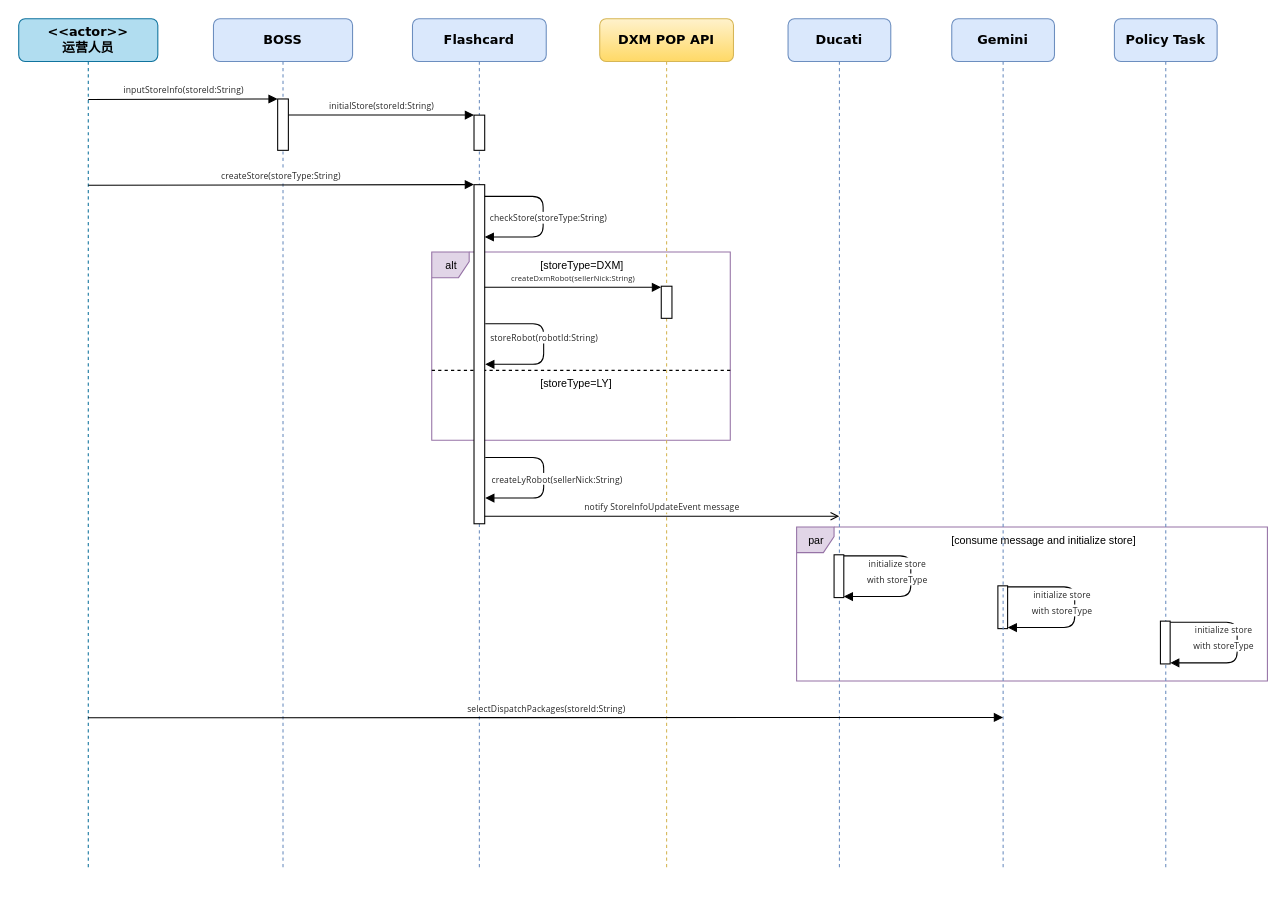
Above: leyan/dxm/Sequence Diagram 3.drawio in GeekKwok/UML (draw.io), before the change. Source tidied: cells renumbered, new cells numbered last; positions are measured from the earlier drawing's top-left corner, leaving out a move shared by most shapes. Both pictures are drawn from the tidied source at 107%, with x=0, y=0 at pixel (18, 18).
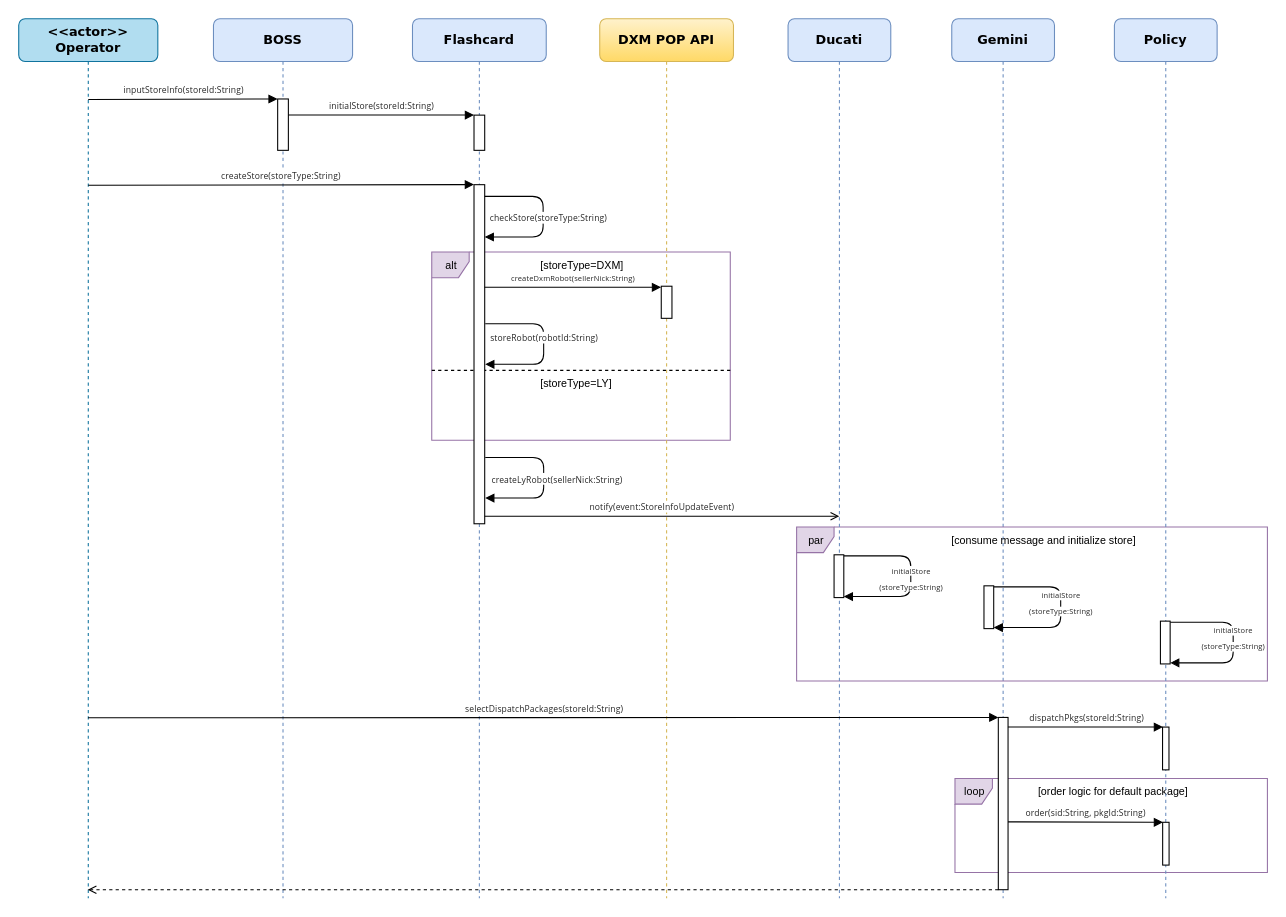
The same page after the edit.

Unchanged cells that the change refers to:
```xml
<mxCell id="2" value="&lt;font style=&quot;font-size: 10px&quot;&gt;par&lt;/font&gt;" style="shape=umlFrame;tabWidth=110;tabHeight=30;tabPosition=left;html=1;boundedLbl=1;labelInHeader=1;width=35;height=24;fillColor=#e1d5e7;strokeColor=#9673a6;" parent="1" vertex="1">
  <mxGeometry x="727" y="475" width="440" height="144" as="geometry" />
</mxCell>
```

Change to the diagram source:
```diff
@@
+    <mxCell id="17" value="&lt;b&gt;Gemini&lt;/b&gt;" style="shape=umlLifeline;perimeter=lifelinePerimeter;whiteSpace=wrap;html=1;rounded=1;shadow=0;comic=0;labelBackgroundColor=none;strokeWidth=1;fontFamily=Verdana;fontSize=12;align=center;fillColor=#dae8fc;strokeColor=#6c8ebf;" parent="1" vertex="1">
+      <mxGeometry x="872" width="96" height="822" as="geometry" />
+    </mxCell>
+    <mxCell id="34" value="&lt;font style=&quot;font-size: 10px&quot;&gt;loop&lt;/font&gt;" style="shape=umlFrame;tabWidth=110;tabHeight=30;tabPosition=left;html=1;boundedLbl=1;labelInHeader=1;width=35;height=24;fillColor=#e1d5e7;strokeColor=#9673a6;" parent="1" vertex="1">
+      <mxGeometry x="875" y="710" width="292" height="88" as="geometry" />
+    </mxCell>
+    <mxCell id="35" value="[order logic for default package]" style="text;fontSize=10;" parent="34" vertex="1">
+      <mxGeometry width="144" height="20" relative="1" as="geometry">
+        <mxPoint x="76" as="offset" />
+      </mxGeometry>
+    </mxCell>
+    <mxCell id="36" value="&lt;font color=&quot;#262626&quot; face=&quot;chinese quote, segoe ui, roboto, pingfang sc, hiragino sans gb, microsoft yahei, helvetica neue, helvetica, arial, sans-serif, apple color emoji&quot;&gt;&lt;span style=&quot;font-size: 8px ; letter-spacing: 0.12px ; background-color: rgb(255 , 255 , 255)&quot;&gt;order(sid:String, pkgId:String)&lt;/span&gt;&lt;/font&gt;" style="html=1;verticalAlign=bottom;endArrow=block;labelBackgroundColor=none;fontFamily=Verdana;fontSize=12;edgeStyle=elbowEdgeStyle;elbow=vertical;exitX=0.969;exitY=0.453;exitDx=0;exitDy=0;exitPerimeter=0;entryX=0.01;entryY=0;entryDx=0;entryDy=0;entryPerimeter=0;endFill=1;" parent="34" edge="1">
+      <mxGeometry relative="1" as="geometry">
+        <mxPoint x="49.5" y="40.6" as="sourcePoint" />
+        <mxPoint x="194.4" y="40.7" as="targetPoint" />
+      </mxGeometry>
+    </mxCell>
@@
-    <mxCell id="4" value="&lt;span style=&quot;color: rgb(38 , 38 , 38) ; font-family: &amp;#34;chinese quote&amp;#34; , &amp;#34;segoe ui&amp;#34; , &amp;#34;roboto&amp;#34; , &amp;#34;pingfang sc&amp;#34; , &amp;#34;hiragino sans gb&amp;#34; , &amp;#34;microsoft yahei&amp;#34; , &amp;#34;helvetica neue&amp;#34; , &amp;#34;helvetica&amp;#34; , &amp;#34;arial&amp;#34; , sans-serif , &amp;#34;apple color emoji&amp;#34; ; font-size: 8px ; letter-spacing: 0.12px ; background-color: rgb(255 , 255 , 255)&quot;&gt;initialize store &lt;br&gt;with storeType&lt;/span&gt;" style="html=1;verticalAlign=bottom;endArrow=block;labelBackgroundColor=none;fontFamily=Verdana;fontSize=12;elbow=vertical;edgeStyle=orthogonalEdgeStyle;exitX=1.038;exitY=0.345;exitPerimeter=0;rounded=1;" parent="2" edge="1">
-      <mxGeometry x="0.38" y="-7" relative="1" as="geometry">
-        <mxPoint x="197.3" y="56" as="sourcePoint" />
-        <mxPoint x="197.3" y="94" as="targetPoint" />
+    <mxCell id="4" value="&lt;span style=&quot;color: rgb(38 , 38 , 38) ; font-family: &amp;#34;chinese quote&amp;#34; , &amp;#34;segoe ui&amp;#34; , &amp;#34;roboto&amp;#34; , &amp;#34;pingfang sc&amp;#34; , &amp;#34;hiragino sans gb&amp;#34; , &amp;#34;microsoft yahei&amp;#34; , &amp;#34;helvetica neue&amp;#34; , &amp;#34;helvetica&amp;#34; , &amp;#34;arial&amp;#34; , sans-serif , &amp;#34;apple color emoji&amp;#34; ; font-size: 7px ; letter-spacing: 0.12px ; background-color: rgb(255 , 255 , 255)&quot;&gt;initialStore&lt;/span&gt;&lt;br style=&quot;color: rgb(38 , 38 , 38) ; font-family: &amp;#34;chinese quote&amp;#34; , &amp;#34;segoe ui&amp;#34; , &amp;#34;roboto&amp;#34; , &amp;#34;pingfang sc&amp;#34; , &amp;#34;hiragino sans gb&amp;#34; , &amp;#34;microsoft yahei&amp;#34; , &amp;#34;helvetica neue&amp;#34; , &amp;#34;helvetica&amp;#34; , &amp;#34;arial&amp;#34; , sans-serif , &amp;#34;apple color emoji&amp;#34; ; font-size: 7px ; letter-spacing: 0.12px&quot;&gt;&lt;span style=&quot;color: rgb(38 , 38 , 38) ; font-family: &amp;#34;chinese quote&amp;#34; , &amp;#34;segoe ui&amp;#34; , &amp;#34;roboto&amp;#34; , &amp;#34;pingfang sc&amp;#34; , &amp;#34;hiragino sans gb&amp;#34; , &amp;#34;microsoft yahei&amp;#34; , &amp;#34;helvetica neue&amp;#34; , &amp;#34;helvetica&amp;#34; , &amp;#34;arial&amp;#34; , sans-serif , &amp;#34;apple color emoji&amp;#34; ; font-size: 7px ; letter-spacing: 0.12px ; background-color: rgb(255 , 255 , 255)&quot;&gt;(storeType:String)&lt;/span&gt;" style="html=1;verticalAlign=bottom;endArrow=block;labelBackgroundColor=none;fontFamily=Verdana;fontSize=12;elbow=vertical;edgeStyle=orthogonalEdgeStyle;exitX=1.038;exitY=0.345;exitPerimeter=0;rounded=1;" parent="2" edge="1">
+      <mxGeometry x="0.15" relative="1" as="geometry">
+        <mxPoint x="184.2" y="56" as="sourcePoint" />
+        <mxPoint x="184.2" y="94" as="targetPoint" />
         <Array as="points">
-          <mxPoint x="259.9" y="55.9" />
-          <mxPoint x="259.9" y="93.9" />
+          <mxPoint x="246.8" y="55.9" />
+          <mxPoint x="246.8" y="93.9" />
         </Array>
       </mxGeometry>
     </mxCell>
     <mxCell id="5" style="html=1;perimeter=orthogonalPerimeter;rounded=0;shadow=0;comic=0;labelBackgroundColor=none;strokeWidth=1;fontFamily=Verdana;fontSize=12;align=center;" parent="2" vertex="1">
-      <mxGeometry x="188.1" y="55" width="9.1" height="40" as="geometry" />
+      <mxGeometry x="175.1" y="55" width="9.1" height="40" as="geometry" />
     </mxCell>
@@
-    <mxCell id="11" value="&lt;b&gt;&amp;lt;&amp;lt;actor&amp;gt;&amp;gt;&lt;br&gt;运营人员&lt;br&gt;&lt;/b&gt;" style="shape=umlLifeline;perimeter=lifelinePerimeter;whiteSpace=wrap;html=1;outlineConnect=0;rounded=1;shadow=0;comic=0;labelBackgroundColor=none;strokeWidth=1;fontFamily=Verdana;fontSize=12;align=center;fillColor=#b1ddf0;strokeColor=#10739e;" parent="1" vertex="1">
-      <mxGeometry width="130" height="795" as="geometry" />
+    <mxCell id="11" value="&lt;b&gt;&amp;lt;&amp;lt;actor&amp;gt;&amp;gt;&lt;br&gt;Operator&lt;br&gt;&lt;/b&gt;" style="shape=umlLifeline;perimeter=lifelinePerimeter;whiteSpace=wrap;html=1;outlineConnect=0;rounded=1;shadow=0;comic=0;labelBackgroundColor=none;strokeWidth=1;fontFamily=Verdana;fontSize=12;align=center;fillColor=#b1ddf0;strokeColor=#10739e;" parent="1" vertex="1">
+      <mxGeometry width="130" height="822" as="geometry" />
     </mxCell>
     <mxCell id="12" value="&lt;b&gt;BOSS&lt;/b&gt;" style="shape=umlLifeline;perimeter=lifelinePerimeter;whiteSpace=wrap;html=1;rounded=1;shadow=0;comic=0;labelBackgroundColor=none;strokeWidth=1;fontFamily=Verdana;fontSize=12;align=center;fillColor=#dae8fc;strokeColor=#6c8ebf;" parent="1" vertex="1">
-      <mxGeometry x="182" width="130" height="795" as="geometry" />
+      <mxGeometry x="182" width="130" height="822" as="geometry" />
     </mxCell>
@@
     <mxCell id="14" value="&lt;b&gt;Ducati&lt;/b&gt;" style="shape=umlLifeline;perimeter=lifelinePerimeter;whiteSpace=wrap;html=1;rounded=1;shadow=0;comic=0;labelBackgroundColor=none;strokeWidth=1;fontFamily=Verdana;fontSize=12;align=center;fillColor=#dae8fc;strokeColor=#6c8ebf;" parent="1" vertex="1">
-      <mxGeometry x="719" width="96" height="795" as="geometry" />
+      <mxGeometry x="719" width="96" height="822" as="geometry" />
     </mxCell>
-    <mxCell id="15" value="&lt;span style=&quot;color: rgb(38 , 38 , 38) ; font-family: &amp;#34;chinese quote&amp;#34; , &amp;#34;segoe ui&amp;#34; , &amp;#34;roboto&amp;#34; , &amp;#34;pingfang sc&amp;#34; , &amp;#34;hiragino sans gb&amp;#34; , &amp;#34;microsoft yahei&amp;#34; , &amp;#34;helvetica neue&amp;#34; , &amp;#34;helvetica&amp;#34; , &amp;#34;arial&amp;#34; , sans-serif , &amp;#34;apple color emoji&amp;#34; ; font-size: 8px ; letter-spacing: 0.12px ; background-color: rgb(255 , 255 , 255)&quot;&gt;initialize store &lt;br&gt;with storeType&lt;/span&gt;" style="html=1;verticalAlign=bottom;endArrow=block;labelBackgroundColor=none;fontFamily=Verdana;fontSize=12;elbow=vertical;edgeStyle=orthogonalEdgeStyle;exitX=1.038;exitY=0.345;exitPerimeter=0;rounded=1;" parent="14" edge="1">
-      <mxGeometry x="0.38" y="-7" relative="1" as="geometry">
+    <mxCell id="15" value="&lt;span style=&quot;color: rgb(38 , 38 , 38) ; font-family: &amp;#34;chinese quote&amp;#34; , &amp;#34;segoe ui&amp;#34; , &amp;#34;roboto&amp;#34; , &amp;#34;pingfang sc&amp;#34; , &amp;#34;hiragino sans gb&amp;#34; , &amp;#34;microsoft yahei&amp;#34; , &amp;#34;helvetica neue&amp;#34; , &amp;#34;helvetica&amp;#34; , &amp;#34;arial&amp;#34; , sans-serif , &amp;#34;apple color emoji&amp;#34; ; font-size: 7px ; letter-spacing: 0.12px ; background-color: rgb(255 , 255 , 255) ; line-height: 80%&quot;&gt;initialStore&lt;br&gt;(storeType:String)&lt;/span&gt;" style="html=1;verticalAlign=bottom;endArrow=block;labelBackgroundColor=none;fontFamily=Verdana;fontSize=12;elbow=vertical;edgeStyle=orthogonalEdgeStyle;exitX=1.038;exitY=0.345;exitPerimeter=0;rounded=1;" parent="14" edge="1">
+      <mxGeometry x="0.22" relative="1" as="geometry">
         <mxPoint x="52.1" y="502" as="sourcePoint" />
         <mxPoint x="52.1" y="540" as="targetPoint" />
         <Array as="points">
           <mxPoint x="114.7" y="501.9" />
           <mxPoint x="114.7" y="539.9" />
         </Array>
       </mxGeometry>
     </mxCell>
@@
-    <mxCell id="17" value="&lt;b&gt;Gemini&lt;/b&gt;" style="shape=umlLifeline;perimeter=lifelinePerimeter;whiteSpace=wrap;html=1;rounded=1;shadow=0;comic=0;labelBackgroundColor=none;strokeWidth=1;fontFamily=Verdana;fontSize=12;align=center;fillColor=#dae8fc;strokeColor=#6c8ebf;" parent="1" vertex="1">
-      <mxGeometry x="872" width="96" height="795" as="geometry" />
-    </mxCell>
     <mxCell id="18" value="&lt;b&gt;Flashcard&lt;br&gt;&lt;/b&gt;" style="shape=umlLifeline;perimeter=lifelinePerimeter;whiteSpace=wrap;html=1;rounded=1;shadow=0;comic=0;labelBackgroundColor=none;strokeWidth=1;fontFamily=Verdana;fontSize=12;align=center;fillColor=#dae8fc;strokeColor=#6c8ebf;" parent="1" vertex="1">
-      <mxGeometry x="368" width="125" height="795" as="geometry" />
+      <mxGeometry x="368" width="125" height="822" as="geometry" />
     </mxCell>
@@
-    <mxCell id="20" value="&lt;b&gt;Policy Task&lt;/b&gt;" style="shape=umlLifeline;perimeter=lifelinePerimeter;whiteSpace=wrap;html=1;rounded=1;shadow=0;comic=0;labelBackgroundColor=none;strokeWidth=1;fontFamily=Verdana;fontSize=12;align=center;fillColor=#dae8fc;strokeColor=#6c8ebf;" parent="1" vertex="1">
-      <mxGeometry x="1024" width="96" height="795" as="geometry" />
+    <mxCell id="20" value="&lt;b&gt;Policy&lt;/b&gt;" style="shape=umlLifeline;perimeter=lifelinePerimeter;whiteSpace=wrap;html=1;rounded=1;shadow=0;comic=0;labelBackgroundColor=none;strokeWidth=1;fontFamily=Verdana;fontSize=12;align=center;fillColor=#dae8fc;strokeColor=#6c8ebf;" parent="1" vertex="1">
+      <mxGeometry x="1024" width="96" height="822" as="geometry" />
     </mxCell>
-    <mxCell id="21" value="&lt;span style=&quot;color: rgb(38 , 38 , 38) ; font-family: &amp;#34;chinese quote&amp;#34; , &amp;#34;segoe ui&amp;#34; , &amp;#34;roboto&amp;#34; , &amp;#34;pingfang sc&amp;#34; , &amp;#34;hiragino sans gb&amp;#34; , &amp;#34;microsoft yahei&amp;#34; , &amp;#34;helvetica neue&amp;#34; , &amp;#34;helvetica&amp;#34; , &amp;#34;arial&amp;#34; , sans-serif , &amp;#34;apple color emoji&amp;#34; ; font-size: 8px ; letter-spacing: 0.12px ; background-color: rgb(255 , 255 , 255)&quot;&gt;initialize store &lt;br&gt;with storeType&lt;/span&gt;" style="html=1;verticalAlign=bottom;endArrow=block;labelBackgroundColor=none;fontFamily=Verdana;fontSize=12;elbow=vertical;edgeStyle=orthogonalEdgeStyle;exitX=1.038;exitY=0.345;exitPerimeter=0;rounded=1;" parent="20" edge="1">
-      <mxGeometry x="0.38" y="-7" relative="1" as="geometry">
+    <mxCell id="21" value="&lt;span style=&quot;color: rgb(38 , 38 , 38) ; font-family: &amp;#34;chinese quote&amp;#34; , &amp;#34;segoe ui&amp;#34; , &amp;#34;roboto&amp;#34; , &amp;#34;pingfang sc&amp;#34; , &amp;#34;hiragino sans gb&amp;#34; , &amp;#34;microsoft yahei&amp;#34; , &amp;#34;helvetica neue&amp;#34; , &amp;#34;helvetica&amp;#34; , &amp;#34;arial&amp;#34; , sans-serif , &amp;#34;apple color emoji&amp;#34; ; font-size: 7px ; letter-spacing: 0.12px ; background-color: rgb(255 , 255 , 255)&quot;&gt;initialStore&lt;/span&gt;&lt;br style=&quot;color: rgb(38 , 38 , 38) ; font-family: &amp;#34;chinese quote&amp;#34; , &amp;#34;segoe ui&amp;#34; , &amp;#34;roboto&amp;#34; , &amp;#34;pingfang sc&amp;#34; , &amp;#34;hiragino sans gb&amp;#34; , &amp;#34;microsoft yahei&amp;#34; , &amp;#34;helvetica neue&amp;#34; , &amp;#34;helvetica&amp;#34; , &amp;#34;arial&amp;#34; , sans-serif , &amp;#34;apple color emoji&amp;#34; ; font-size: 7px ; letter-spacing: 0.12px&quot;&gt;&lt;span style=&quot;color: rgb(38 , 38 , 38) ; font-family: &amp;#34;chinese quote&amp;#34; , &amp;#34;segoe ui&amp;#34; , &amp;#34;roboto&amp;#34; , &amp;#34;pingfang sc&amp;#34; , &amp;#34;hiragino sans gb&amp;#34; , &amp;#34;microsoft yahei&amp;#34; , &amp;#34;helvetica neue&amp;#34; , &amp;#34;helvetica&amp;#34; , &amp;#34;arial&amp;#34; , sans-serif , &amp;#34;apple color emoji&amp;#34; ; font-size: 7px ; letter-spacing: 0.12px ; background-color: rgb(255 , 255 , 255)&quot;&gt;(storeType:String)&lt;/span&gt;" style="html=1;verticalAlign=bottom;endArrow=block;labelBackgroundColor=none;fontFamily=Verdana;fontSize=12;elbow=vertical;edgeStyle=orthogonalEdgeStyle;exitX=1.038;exitY=0.345;exitPerimeter=0;rounded=1;" parent="20" edge="1">
+      <mxGeometry x="0.15" relative="1" as="geometry">
         <mxPoint x="52.1" y="564" as="sourcePoint" />
         <mxPoint x="52.1" y="602" as="targetPoint" />
         <Array as="points">
-          <mxPoint x="114.7" y="563.9" />
-          <mxPoint x="114.7" y="601.9" />
+          <mxPoint x="111" y="564" />
+          <mxPoint x="111" y="602" />
         </Array>
       </mxGeometry>
     </mxCell>
@@
+    <mxCell id="37" style="html=1;perimeter=orthogonalPerimeter;rounded=0;shadow=0;comic=0;labelBackgroundColor=none;strokeWidth=1;fontFamily=Verdana;fontSize=12;align=center;" parent="20" vertex="1">
+      <mxGeometry x="45.1" y="751" width="6" height="40" as="geometry" />
+    </mxCell>
@@
     <mxCell id="27" value="&lt;b&gt;DXM POP API&lt;br&gt;&lt;/b&gt;" style="shape=umlLifeline;perimeter=lifelinePerimeter;whiteSpace=wrap;html=1;rounded=1;shadow=0;comic=0;labelBackgroundColor=none;strokeWidth=1;fontFamily=Verdana;fontSize=12;align=center;fillColor=#fff2cc;strokeColor=#d6b656;gradientColor=#ffd966;" parent="1" vertex="1">
-      <mxGeometry x="543" width="125" height="795" as="geometry" />
+      <mxGeometry x="543" width="125" height="822" as="geometry" />
     </mxCell>
@@
-    <mxCell id="32" value="&lt;font color=&quot;#262626&quot; face=&quot;chinese quote, segoe ui, roboto, pingfang sc, hiragino sans gb, microsoft yahei, helvetica neue, helvetica, arial, sans-serif, apple color emoji&quot;&gt;&lt;span style=&quot;font-size: 8px ; letter-spacing: 0.12px ; background-color: rgb(255 , 255 , 255)&quot;&gt;notify&amp;nbsp;&lt;/span&gt;&lt;/font&gt;&lt;span style=&quot;color: rgb(38 , 38 , 38) ; font-family: &amp;#34;chinese quote&amp;#34; , &amp;#34;segoe ui&amp;#34; , &amp;#34;roboto&amp;#34; , &amp;#34;pingfang sc&amp;#34; , &amp;#34;hiragino sans gb&amp;#34; , &amp;#34;microsoft yahei&amp;#34; , &amp;#34;helvetica neue&amp;#34; , &amp;#34;helvetica&amp;#34; , &amp;#34;arial&amp;#34; , sans-serif , &amp;#34;apple color emoji&amp;#34; ; font-size: 8px ; letter-spacing: 0.12px ; background-color: rgb(255 , 255 , 255)&quot;&gt;StoreInfoUpdateEvent&lt;/span&gt;&lt;font color=&quot;#262626&quot; face=&quot;chinese quote, segoe ui, roboto, pingfang sc, hiragino sans gb, microsoft yahei, helvetica neue, helvetica, arial, sans-serif, apple color emoji&quot;&gt;&lt;span style=&quot;font-size: 8px ; letter-spacing: 0.12px ; background-color: rgb(255 , 255 , 255)&quot;&gt;&amp;nbsp;message&lt;/span&gt;&lt;/font&gt;" style="html=1;verticalAlign=bottom;endArrow=open;labelBackgroundColor=none;fontFamily=Verdana;fontSize=12;edgeStyle=elbowEdgeStyle;elbow=vertical;exitX=1;exitY=0.984;exitDx=0;exitDy=0;exitPerimeter=0;entryX=0.498;entryY=0.7;entryDx=0;entryDy=0;entryPerimeter=0;endFill=0;" parent="1" edge="1">
+    <mxCell id="32" value="&lt;font color=&quot;#262626&quot; face=&quot;chinese quote, segoe ui, roboto, pingfang sc, hiragino sans gb, microsoft yahei, helvetica neue, helvetica, arial, sans-serif, apple color emoji&quot;&gt;&lt;span style=&quot;font-size: 8px ; letter-spacing: 0.12px ; background-color: rgb(255 , 255 , 255)&quot;&gt;notify(event:&lt;/span&gt;&lt;/font&gt;&lt;span style=&quot;color: rgb(38 , 38 , 38) ; font-family: &amp;#34;chinese quote&amp;#34; , &amp;#34;segoe ui&amp;#34; , &amp;#34;roboto&amp;#34; , &amp;#34;pingfang sc&amp;#34; , &amp;#34;hiragino sans gb&amp;#34; , &amp;#34;microsoft yahei&amp;#34; , &amp;#34;helvetica neue&amp;#34; , &amp;#34;helvetica&amp;#34; , &amp;#34;arial&amp;#34; , sans-serif , &amp;#34;apple color emoji&amp;#34; ; font-size: 8px ; letter-spacing: 0.12px ; background-color: rgb(255 , 255 , 255)&quot;&gt;StoreInfoUpdateEvent&lt;/span&gt;&lt;font color=&quot;#262626&quot; face=&quot;chinese quote, segoe ui, roboto, pingfang sc, hiragino sans gb, microsoft yahei, helvetica neue, helvetica, arial, sans-serif, apple color emoji&quot;&gt;&lt;span style=&quot;font-size: 8px ; letter-spacing: 0.12px ; background-color: rgb(255 , 255 , 255)&quot;&gt;)&lt;/span&gt;&lt;/font&gt;" style="html=1;verticalAlign=bottom;endArrow=open;labelBackgroundColor=none;fontFamily=Verdana;fontSize=12;edgeStyle=elbowEdgeStyle;elbow=vertical;exitX=1;exitY=0.984;exitDx=0;exitDy=0;exitPerimeter=0;entryX=0.498;entryY=0.7;entryDx=0;entryDy=0;entryPerimeter=0;endFill=0;" parent="1" edge="1">
       <mxGeometry relative="1" as="geometry">
         <mxPoint x="435.5" y="464.9" as="sourcePoint" />
         <mxPoint x="766.8" y="464.9" as="targetPoint" />
       </mxGeometry>
     </mxCell>
-    <mxCell id="33" value="&lt;font color=&quot;#262626&quot; face=&quot;chinese quote, segoe ui, roboto, pingfang sc, hiragino sans gb, microsoft yahei, helvetica neue, helvetica, arial, sans-serif, apple color emoji&quot;&gt;&lt;span style=&quot;font-size: 8px ; letter-spacing: 0.12px ; background-color: rgb(255 , 255 , 255)&quot;&gt;selectDispatchPackages(storeId:String)&lt;/span&gt;&lt;/font&gt;" style="html=1;verticalAlign=bottom;endArrow=block;labelBackgroundColor=none;fontFamily=Verdana;fontSize=12;edgeStyle=elbowEdgeStyle;elbow=vertical;entryX=0.499;entryY=0.878;entryDx=0;entryDy=0;entryPerimeter=0;" parent="1" edge="1">
+    <mxCell id="33" value="&lt;font color=&quot;#262626&quot; face=&quot;chinese quote, segoe ui, roboto, pingfang sc, hiragino sans gb, microsoft yahei, helvetica neue, helvetica, arial, sans-serif, apple color emoji&quot;&gt;&lt;span style=&quot;font-size: 8px ; letter-spacing: 0.12px ; background-color: rgb(255 , 255 , 255)&quot;&gt;selectDispatchPackages(storeId:String)&lt;/span&gt;&lt;/font&gt;" style="html=1;verticalAlign=bottom;endArrow=block;labelBackgroundColor=none;fontFamily=Verdana;fontSize=12;edgeStyle=elbowEdgeStyle;elbow=vertical;entryX=0.005;entryY=0;entryDx=0;entryDy=0;entryPerimeter=0;" parent="1" edge="1" target="38">
       <mxGeometry relative="1" as="geometry">
         <mxPoint x="64.8" y="653.3" as="sourcePoint" />
-        <mxPoint x="919.9" y="653" as="targetPoint" />
       </mxGeometry>
     </mxCell>
+    <mxCell id="38" style="html=1;points=[];perimeter=orthogonalPerimeter;rounded=0;shadow=0;comic=0;labelBackgroundColor=none;strokeWidth=1;fontFamily=Verdana;fontSize=12;align=center;" parent="1" vertex="1">
+      <mxGeometry x="915.5" y="653" width="9.1" height="161" as="geometry" />
+    </mxCell>
+    <mxCell id="39" value="&lt;font color=&quot;#262626&quot; face=&quot;chinese quote, segoe ui, roboto, pingfang sc, hiragino sans gb, microsoft yahei, helvetica neue, helvetica, arial, sans-serif, apple color emoji&quot;&gt;&lt;span style=&quot;font-size: 8px ; letter-spacing: 0.12px ; background-color: rgb(255 , 255 , 255)&quot;&gt;dispatchPkgs(storeId:String)&lt;/span&gt;&lt;/font&gt;" style="html=1;verticalAlign=bottom;endArrow=block;labelBackgroundColor=none;fontFamily=Verdana;fontSize=12;edgeStyle=elbowEdgeStyle;elbow=vertical;exitX=0.969;exitY=0.453;exitDx=0;exitDy=0;exitPerimeter=0;entryX=0.01;entryY=0;entryDx=0;entryDy=0;entryPerimeter=0;endFill=1;" parent="1" edge="1">
+      <mxGeometry relative="1" as="geometry">
+        <mxPoint x="924.5" y="662" as="sourcePoint" />
+        <mxPoint x="1069.4" y="662.1" as="targetPoint" />
+      </mxGeometry>
+    </mxCell>
+    <mxCell id="40" style="html=1;verticalAlign=bottom;labelBackgroundColor=none;endArrow=open;endFill=0;dashed=1;fontSize=10;exitX=0.009;exitY=1;exitDx=0;exitDy=0;exitPerimeter=0;" parent="1" edge="1" source="38" target="11">
+      <mxGeometry relative="1" as="geometry" />
+    </mxCell>
+    <mxCell id="41" style="html=1;perimeter=orthogonalPerimeter;rounded=0;shadow=0;comic=0;labelBackgroundColor=none;strokeWidth=1;fontFamily=Verdana;fontSize=12;align=center;" parent="1" vertex="1">
+      <mxGeometry x="1069" y="662" width="6" height="40" as="geometry" />
+    </mxCell>
```
